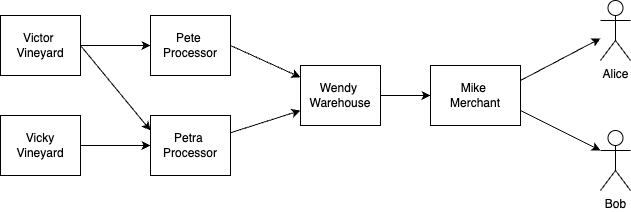
Earlier version of the draw.io export assets/img/product-chain.png (paulwizviz/mengawas). Source tidied: cells renumbered, new cells last; positions are measured from the earlier drawing's top-left corner, leaving out a move shared by most shapes.
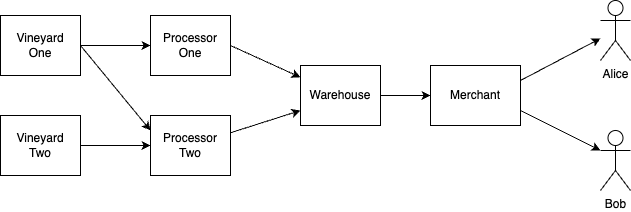
After the commit.

Change to the diagram source:
```diff
@@ -2,22 +2,22 @@
   <root>
     <mxCell id="0" />
     <mxCell id="1" parent="0" />
-    <mxCell id="2" value="Victor&amp;nbsp;&lt;div&gt;Vineyard&lt;/div&gt;" style="rounded=0;whiteSpace=wrap;html=1;" parent="1" vertex="1">
+    <mxCell id="2" value="&lt;span style=&quot;background-color: transparent; color: light-dark(rgb(0, 0, 0), rgb(255, 255, 255));&quot;&gt;Vineyard&lt;/span&gt;&lt;div&gt;&lt;span style=&quot;background-color: transparent; color: light-dark(rgb(0, 0, 0), rgb(255, 255, 255));&quot;&gt;One&lt;/span&gt;&lt;/div&gt;" style="rounded=0;whiteSpace=wrap;html=1;" parent="1" vertex="1">
       <mxGeometry y="15" width="80" height="60" as="geometry" />
     </mxCell>
-    <mxCell id="3" value="Vicky&lt;div&gt;Vineyard&lt;/div&gt;" style="rounded=0;whiteSpace=wrap;html=1;" parent="1" vertex="1">
+    <mxCell id="3" value="&lt;span style=&quot;background-color: transparent; color: light-dark(rgb(0, 0, 0), rgb(255, 255, 255));&quot;&gt;Vineyard&lt;/span&gt;&lt;div&gt;&lt;span style=&quot;background-color: transparent; color: light-dark(rgb(0, 0, 0), rgb(255, 255, 255));&quot;&gt;Two&lt;/span&gt;&lt;/div&gt;" style="rounded=0;whiteSpace=wrap;html=1;" parent="1" vertex="1">
       <mxGeometry y="115" width="80" height="60" as="geometry" />
     </mxCell>
-    <mxCell id="4" value="Pete&amp;nbsp;&lt;div&gt;Processor&lt;/div&gt;" style="rounded=0;whiteSpace=wrap;html=1;" parent="1" vertex="1">
+    <mxCell id="4" value="&lt;span style=&quot;background-color: transparent; color: light-dark(rgb(0, 0, 0), rgb(255, 255, 255));&quot;&gt;Processor&lt;/span&gt;&lt;div&gt;&lt;span style=&quot;background-color: transparent; color: light-dark(rgb(0, 0, 0), rgb(255, 255, 255));&quot;&gt;One&lt;/span&gt;&lt;/div&gt;" style="rounded=0;whiteSpace=wrap;html=1;" parent="1" vertex="1">
       <mxGeometry x="150" y="15" width="80" height="60" as="geometry" />
     </mxCell>
-    <mxCell id="5" value="Petra&amp;nbsp;&lt;div&gt;Processor&lt;/div&gt;" style="rounded=0;whiteSpace=wrap;html=1;" parent="1" vertex="1">
+    <mxCell id="5" value="&lt;span style=&quot;background-color: transparent; color: light-dark(rgb(0, 0, 0), rgb(255, 255, 255));&quot;&gt;Processor&lt;/span&gt;&lt;div&gt;&lt;span style=&quot;background-color: transparent; color: light-dark(rgb(0, 0, 0), rgb(255, 255, 255));&quot;&gt;Two&lt;/span&gt;&lt;/div&gt;" style="rounded=0;whiteSpace=wrap;html=1;" parent="1" vertex="1">
       <mxGeometry x="150" y="115" width="80" height="60" as="geometry" />
     </mxCell>
-    <mxCell id="6" value="Wendy&amp;nbsp;&lt;div&gt;Warehouse&lt;/div&gt;" style="rounded=0;whiteSpace=wrap;html=1;" parent="1" vertex="1">
+    <mxCell id="6" value="&lt;span style=&quot;background-color: transparent; color: light-dark(rgb(0, 0, 0), rgb(255, 255, 255));&quot;&gt;Warehouse&lt;/span&gt;" style="rounded=0;whiteSpace=wrap;html=1;" parent="1" vertex="1">
       <mxGeometry x="300" y="65" width="80" height="60" as="geometry" />
     </mxCell>
-    <mxCell id="7" value="Mike&amp;nbsp;&lt;div&gt;Merchant&lt;/div&gt;" style="rounded=0;whiteSpace=wrap;html=1;" parent="1" vertex="1">
+    <mxCell id="7" value="&lt;span style=&quot;background-color: transparent; color: light-dark(rgb(0, 0, 0), rgb(255, 255, 255));&quot;&gt;Merchant&lt;/span&gt;" style="rounded=0;whiteSpace=wrap;html=1;" parent="1" vertex="1">
       <mxGeometry x="430" y="65" width="90" height="60" as="geometry" />
     </mxCell>
     <mxCell id="8" value="Alice" style="shape=umlActor;verticalLabelPosition=bottom;verticalAlign=top;html=1;outlineConnect=0;" parent="1" vertex="1">
```
